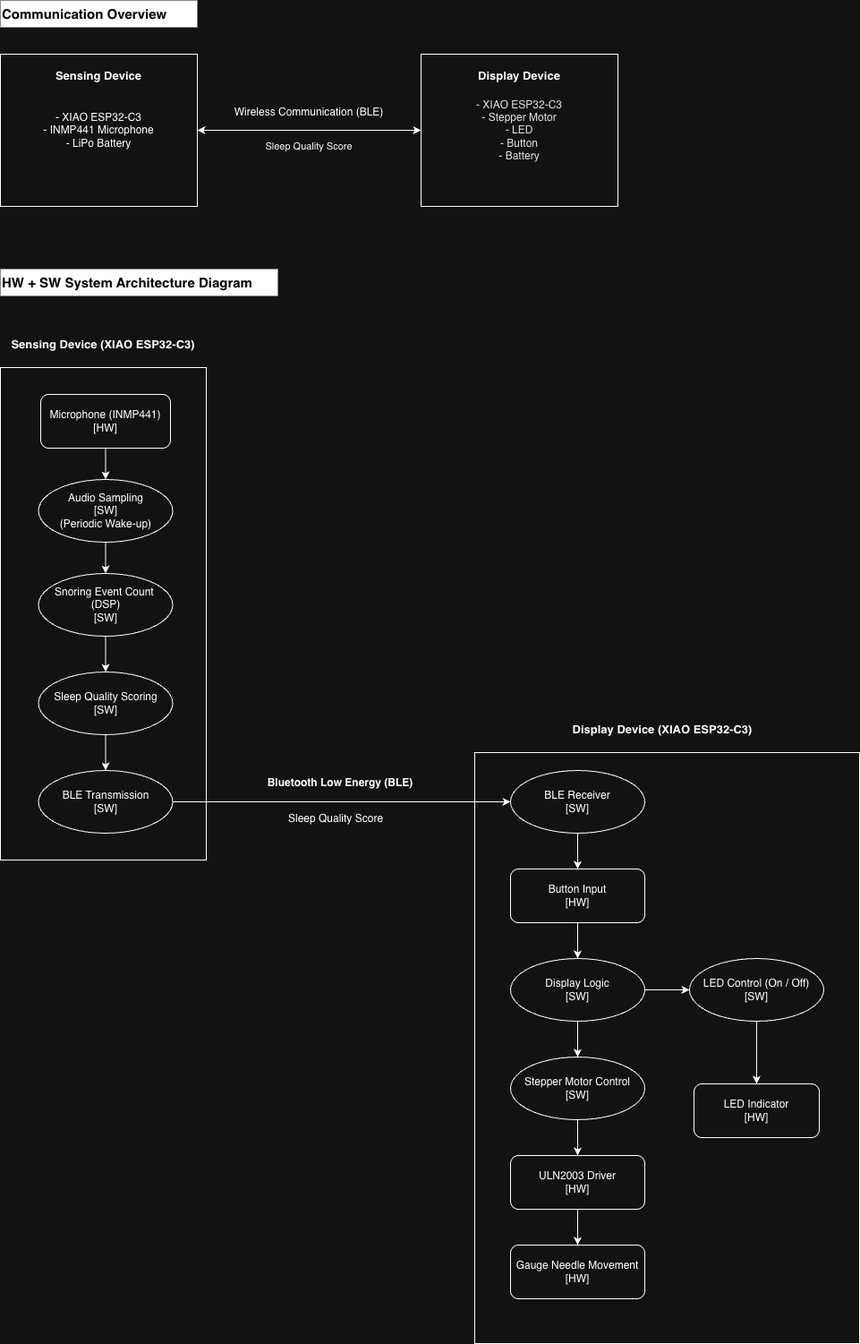
This is images/system_architecture.png from LukinaChen/TECHIN-514--Hardware-Software--Final-Project, a draw.io export, as it was before one commit. Source tidied: cells renumbered, new cells last; positions are measured from the earlier drawing's top-left corner, leaving out a move shared by most shapes.
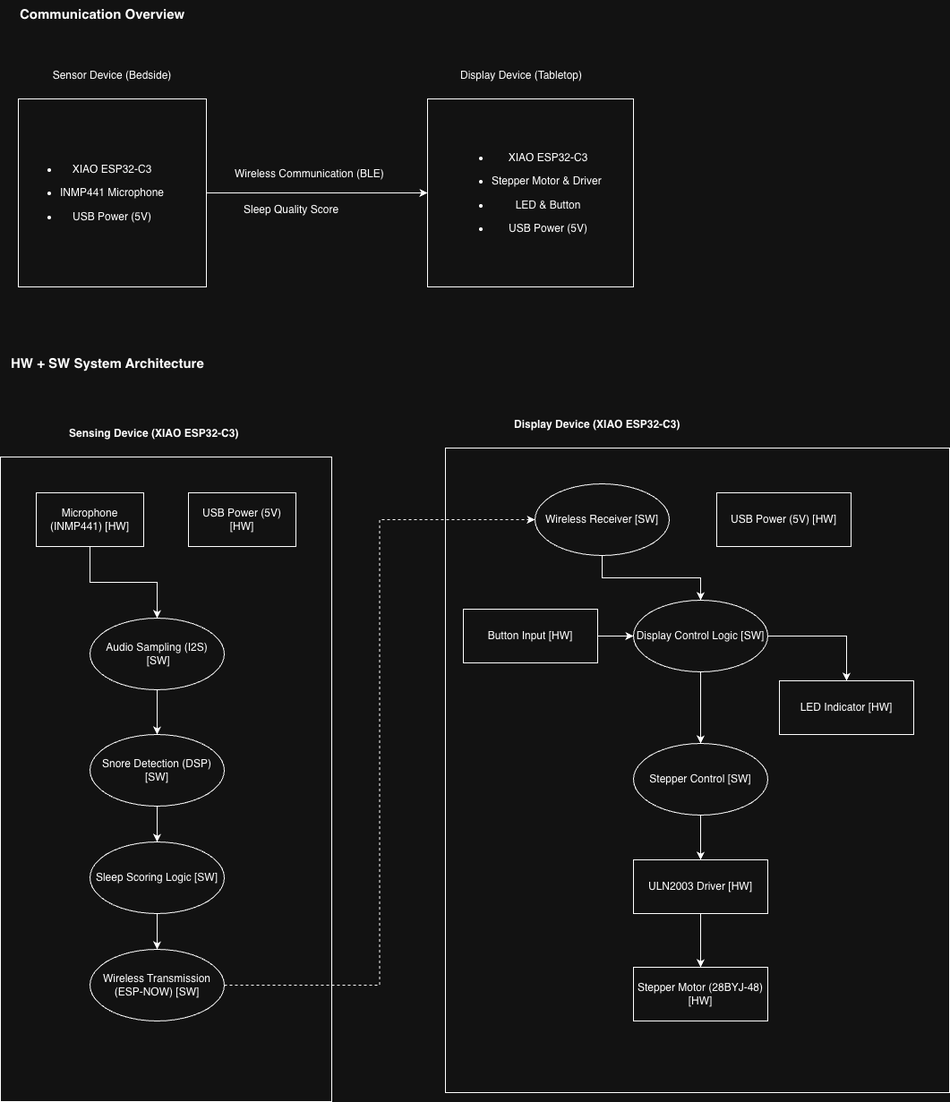
The same file after the commit.

Change to the diagram source:
```diff
@@ -2,125 +2,119 @@
   <root>
     <mxCell id="0" />
     <mxCell id="1" parent="0" />
-    <mxCell id="2" style="edgeStyle=orthogonalEdgeStyle;rounded=0;jettySize=auto;html=1;entryX=0;entryY=0.5;entryDx=0;entryDy=0;startArrow=classic;startFill=1;" parent="1" edge="1" source="3" target="5">
-      <mxGeometry relative="1" as="geometry" />
-    </mxCell>
-    <mxCell id="3" value="&lt;div&gt;- XIAO ESP32-C3&lt;/div&gt;&lt;div&gt;- INMP441 Microphone&lt;/div&gt;&lt;div&gt;- LiPo Battery&lt;/div&gt;" style="rounded=0;whiteSpace=wrap;html=1;" parent="1" vertex="1">
-      <mxGeometry y="60" width="220" height="170" as="geometry" />
-    </mxCell>
-    <mxCell id="4" value="Sensing Device" style="text;whiteSpace=wrap;align=center;fontStyle=1;fontSize=13;" parent="1" vertex="1">
-      <mxGeometry x="30" y="70" width="160" height="20" as="geometry" />
-    </mxCell>
-    <mxCell id="5" value="&lt;div&gt;&lt;font color=&quot;#121212&quot;&gt;- XIAO ESP32-C3&lt;/font&gt;&lt;/div&gt;&lt;div&gt;&lt;font color=&quot;#121212&quot;&gt;- Stepper Motor&lt;/font&gt;&lt;/div&gt;&lt;div&gt;&lt;font color=&quot;#121212&quot;&gt;- LED&lt;/font&gt;&lt;/div&gt;&lt;div&gt;&lt;font color=&quot;#121212&quot;&gt;- Button&lt;/font&gt;&lt;/div&gt;&lt;div&gt;&lt;font color=&quot;#121212&quot;&gt;- Battery&lt;/font&gt;&lt;/div&gt;" style="rounded=0;whiteSpace=wrap;html=1;" parent="1" vertex="1">
-      <mxGeometry x="470" y="60" width="220" height="170" as="geometry" />
-    </mxCell>
-    <mxCell id="6" value="Display Device" style="text;whiteSpace=wrap;align=center;fontStyle=1;fontSize=13;" parent="1" vertex="1">
-      <mxGeometry x="500" y="70" width="160" height="20" as="geometry" />
-    </mxCell>
+    <mxCell id="42" style="edgeStyle=orthogonalEdgeStyle;rounded=0;jettySize=auto;html=1;entryX=0;entryY=0.5;entryDx=0;entryDy=0;" parent="1" edge="1" source="43" target="46">
+      <mxGeometry relative="1" as="geometry" />
+    </mxCell>
+    <mxCell id="43" value="&lt;li&gt;&lt;p&gt;&lt;code&gt;&lt;font face=&quot;Helvetica&quot;&gt;XIAO ESP32-C3&lt;/font&gt;&lt;/code&gt;&lt;/p&gt;&lt;/li&gt;&lt;li&gt;&lt;p&gt;&lt;code&gt;&lt;font face=&quot;Helvetica&quot;&gt;INMP441 Microphone&lt;/font&gt;&lt;/code&gt;&lt;/p&gt;&lt;/li&gt;&lt;li&gt;&lt;p&gt;&lt;code&gt;&lt;font face=&quot;Helvetica&quot;&gt;USB Power (5V)&lt;/font&gt;&lt;/code&gt;&lt;/p&gt;&lt;/li&gt;" style="rounded=0;whiteSpace=wrap;html=1;" parent="1" vertex="1">
+      <mxGeometry x="60" y="100" width="210" height="210" as="geometry" />
+    </mxCell>
+    <mxCell id="44" value="Sensor Device (Bedside)" style="text;whiteSpace=wrap;html=1;align=center;" parent="1" vertex="1">
+      <mxGeometry x="80" y="60" width="170" height="40" as="geometry" />
+    </mxCell>
+    <mxCell id="45" value="Display Device (Tabletop)" style="text;whiteSpace=wrap;html=1;align=center;" parent="1" vertex="1">
+      <mxGeometry x="537" y="60" width="170" height="40" as="geometry" />
+    </mxCell>
+    <mxCell id="46" value="&lt;ul&gt;&lt;li&gt;&lt;p&gt;XIAO ESP32-C3&lt;/p&gt;&lt;/li&gt;&lt;li&gt;&lt;p&gt;&lt;span style=&quot;background-color: transparent; color: light-dark(rgb(0, 0, 0), rgb(255, 255, 255));&quot;&gt;Stepper Motor &amp;amp; Driver&amp;nbsp;&lt;/span&gt;&lt;/p&gt;&lt;/li&gt;&lt;li&gt;&lt;p&gt;&lt;span style=&quot;background-color: transparent; color: light-dark(rgb(0, 0, 0), rgb(255, 255, 255));&quot;&gt;LED &amp;amp; Button&lt;/span&gt;&lt;/p&gt;&lt;/li&gt;&lt;li&gt;&lt;p&gt;&lt;span style=&quot;background-color: transparent; color: light-dark(rgb(0, 0, 0), rgb(255, 255, 255));&quot;&gt;USB Power (5V)&lt;/span&gt;&lt;/p&gt;&lt;/li&gt;&lt;/ul&gt;" style="rounded=0;whiteSpace=wrap;html=1;align=center;" parent="1" vertex="1">
+      <mxGeometry x="517" y="100" width="230" height="210" as="geometry" />
+    </mxCell>
-    <mxCell id="7" value="Wireless Communication (BLE)" style="text;html=1;whiteSpace=wrap;strokeColor=none;fillColor=none;align=center;verticalAlign=middle;rounded=0;" parent="1" vertex="1">
-      <mxGeometry x="250" y="110" width="190" height="30" as="geometry" />
+    <mxCell id="7" value="Wireless Communication (BLE)" style="text;whiteSpace=wrap;html=1;" parent="1" vertex="1">
+      <mxGeometry x="300" y="170" width="180" height="40" as="geometry" />
     </mxCell>
-    <mxCell id="8" value="Sleep Quality Score" style="text;whiteSpace=wrap;fontSize=11;align=center;" parent="1" vertex="1">
-      <mxGeometry x="220" y="150" width="250" height="40" as="geometry" />
-    </mxCell>
+    <mxCell id="47" value="Sleep Quality Score" style="text;whiteSpace=wrap;html=1;" parent="1" vertex="1">
+      <mxGeometry x="310" y="210" width="180" height="40" as="geometry" />
+    </mxCell>
-    <mxCell id="9" value="&lt;font style=&quot;font-size: 15px; color: light-dark(rgb(0, 0, 0), rgb(0, 0, 0));&quot;&gt;Communication Overview&lt;/font&gt;" style="text;whiteSpace=wrap;html=1;fontStyle=1;fillColor=light-dark(#FFFFFF,#FFFFFF);" parent="1" vertex="1">
-      <mxGeometry width="220" height="30" as="geometry" />
+    <mxCell id="9" value="&lt;font style=&quot;font-size: 15px;&quot;&gt;Communication Overview&lt;/font&gt;" style="text;whiteSpace=wrap;html=1;fillColor=none;labelBackgroundColor=none;fontStyle=1;" parent="1" vertex="1">
+      <mxGeometry x="60" y="-10" width="210" height="40" as="geometry" />
     </mxCell>
-    <mxCell id="10" value="&lt;font style=&quot;font-size: 15px; color: light-dark(rgb(0, 0, 0), rgb(0, 0, 0));&quot;&gt;HW + SW System Architecture Diagram&lt;/font&gt;" style="text;whiteSpace=wrap;html=1;fontStyle=1;fillColor=light-dark(#FFFFFF,#FFFFFF);" parent="1" vertex="1">
-      <mxGeometry y="300" width="310" height="30" as="geometry" />
-    </mxCell>
-    <mxCell id="11" style="rounded=0;whiteSpace=wrap;html=1;" parent="1" vertex="1">
-      <mxGeometry y="410" width="230" height="550" as="geometry" />
-    </mxCell>
+    <mxCell id="48" value="&lt;font style=&quot;font-size: 15px;&quot;&gt;&lt;b style=&quot;&quot;&gt;HW + SW System Architecture&lt;/b&gt;&lt;/font&gt;" style="text;whiteSpace=wrap;html=1;fillColor=none;labelBackgroundColor=none;" parent="1" vertex="1">
+      <mxGeometry x="50" y="380" width="240" height="40" as="geometry" />
+    </mxCell>
+    <mxCell id="49" style="rounded=0;whiteSpace=wrap;html=1;" parent="1" vertex="1">
+      <mxGeometry x="40" y="500" width="370" height="720" as="geometry" />
+    </mxCell>
-    <mxCell id="12" value="Sensing Device (XIAO ESP32-C3)" style="text;whiteSpace=wrap;fontStyle=1;fontSize=13;align=center;" parent="1" vertex="1">
-      <mxGeometry x="5" y="370" width="220" height="40" as="geometry" />
+    <mxCell id="12" value="Sensing Device (XIAO ESP32-C3)" style="text;whiteSpace=wrap;html=1;fontStyle=1;" parent="1" vertex="1">
+      <mxGeometry x="115" y="460" width="220" height="40" as="geometry" />
     </mxCell>
-    <mxCell id="13" style="rounded=0;whiteSpace=wrap;html=1;" parent="1" vertex="1">
-      <mxGeometry x="530" y="840" width="430" height="660" as="geometry" />
-    </mxCell>
+    <mxCell id="50" style="edgeStyle=orthogonalEdgeStyle;rounded=0;jettySize=auto;html=1;" parent="1" edge="1" source="16" target="53">
+      <mxGeometry relative="1" as="geometry" />
+    </mxCell>
+    <mxCell id="16" value="Microphone (INMP441) [HW]" style="rounded=0;whiteSpace=wrap;html=1;" parent="1" vertex="1">
+      <mxGeometry x="80" y="540" width="120" height="60" as="geometry" />
+    </mxCell>
+    <mxCell id="51" value="USB Power (5V) [HW]" style="rounded=0;whiteSpace=wrap;html=1;" parent="1" vertex="1">
+      <mxGeometry x="250" y="540" width="120" height="60" as="geometry" />
+    </mxCell>
+    <mxCell id="52" style="edgeStyle=orthogonalEdgeStyle;rounded=0;jettySize=auto;html=1;entryX=0.5;entryY=0;entryDx=0;entryDy=0;" parent="1" edge="1" source="53" target="55">
+      <mxGeometry relative="1" as="geometry" />
+    </mxCell>
+    <mxCell id="53" value="Audio Sampling (I2S)&lt;div&gt;&amp;nbsp;[SW]&lt;/div&gt;" style="ellipse;whiteSpace=wrap;html=1;" parent="1" vertex="1">
+      <mxGeometry x="140" y="680" width="150" height="80" as="geometry" />
+    </mxCell>
+    <mxCell id="54" style="edgeStyle=orthogonalEdgeStyle;rounded=0;jettySize=auto;html=1;" parent="1" edge="1" source="55" target="57">
+      <mxGeometry relative="1" as="geometry" />
+    </mxCell>
+    <mxCell id="55" value="Snore Detection (DSP) [SW]" style="ellipse;whiteSpace=wrap;html=1;" parent="1" vertex="1">
+      <mxGeometry x="140" y="810" width="150" height="80" as="geometry" />
+    </mxCell>
+    <mxCell id="56" style="edgeStyle=orthogonalEdgeStyle;rounded=0;jettySize=auto;html=1;entryX=0.5;entryY=0;entryDx=0;entryDy=0;" parent="1" edge="1" source="57" target="58">
+      <mxGeometry relative="1" as="geometry" />
+    </mxCell>
+    <mxCell id="57" value="Sleep Scoring Logic [SW]" style="ellipse;whiteSpace=wrap;html=1;" parent="1" vertex="1">
+      <mxGeometry x="140" y="930" width="150" height="80" as="geometry" />
+    </mxCell>
+    <mxCell id="58" value="Wireless Transmission (ESP-NOW) [SW]" style="ellipse;whiteSpace=wrap;html=1;" parent="1" vertex="1">
+      <mxGeometry x="140" y="1050" width="150" height="80" as="geometry" />
+    </mxCell>
+    <mxCell id="59" style="rounded=0;whiteSpace=wrap;html=1;" parent="1" vertex="1">
+      <mxGeometry x="537" y="490" width="563" height="720" as="geometry" />
+    </mxCell>
-    <mxCell id="14" value="Display Device (XIAO ESP32-C3)" style="text;whiteSpace=wrap;fontStyle=1;fontSize=13;align=center;" parent="1" vertex="1">
-      <mxGeometry x="630" y="800" width="220" height="40" as="geometry" />
+    <mxCell id="14" value="Display Device&amp;nbsp;(XIAO ESP32-C3)" style="text;whiteSpace=wrap;html=1;fontStyle=1;" parent="1" vertex="1">
+      <mxGeometry x="612" y="450" width="220" height="40" as="geometry" />
     </mxCell>
-    <mxCell id="15" style="edgeStyle=orthogonalEdgeStyle;rounded=0;jettySize=auto;html=1;" parent="1" edge="1" source="16" target="18">
-      <mxGeometry relative="1" as="geometry" />
-    </mxCell>
-    <mxCell id="16" value="&lt;div&gt;&lt;br&gt;&lt;/div&gt;&lt;div&gt;Microphone (INMP441)&lt;/div&gt;&lt;div&gt;[HW]&lt;/div&gt;&lt;div&gt;&lt;br&gt;&lt;/div&gt;" style="rounded=1;whiteSpace=wrap;html=1;" parent="1" vertex="1">
-      <mxGeometry x="45" y="440" width="145" height="60" as="geometry" />
-    </mxCell>
-    <mxCell id="17" style="edgeStyle=orthogonalEdgeStyle;rounded=0;jettySize=auto;html=1;" parent="1" edge="1" source="18" target="20">
-      <mxGeometry relative="1" as="geometry" />
-    </mxCell>
-    <mxCell id="18" value="&lt;div&gt;&lt;span style=&quot;background-color: transparent; color: light-dark(rgb(0, 0, 0), rgb(255, 255, 255));&quot;&gt;Audio Sampling&lt;/span&gt;&lt;/div&gt;&lt;div&gt;[SW]&lt;/div&gt;&lt;div&gt;(Periodic Wake-up)&lt;/div&gt;" style="ellipse;whiteSpace=wrap;html=1;rounded=1;" parent="1" vertex="1">
-      <mxGeometry x="42.5" y="535" width="150" height="70" as="geometry" />
-    </mxCell>
-    <mxCell id="19" style="edgeStyle=orthogonalEdgeStyle;rounded=0;jettySize=auto;html=1;" parent="1" edge="1" source="20" target="22">
-      <mxGeometry relative="1" as="geometry" />
-    </mxCell>
-    <mxCell id="20" value="&lt;div&gt;&lt;div&gt;&lt;div&gt;&lt;br class=&quot;Apple-interchange-newline&quot;&gt;Snoring Event Count&amp;nbsp;&lt;/div&gt;&lt;div&gt;(DSP)&lt;/div&gt;&lt;div&gt;[SW]&lt;/div&gt;&lt;/div&gt;&lt;div&gt;&lt;br&gt;&lt;/div&gt;&lt;/div&gt;" style="ellipse;whiteSpace=wrap;html=1;rounded=1;" parent="1" vertex="1">
-      <mxGeometry x="42.5" y="640" width="150" height="70" as="geometry" />
-    </mxCell>
-    <mxCell id="21" style="edgeStyle=orthogonalEdgeStyle;rounded=0;jettySize=auto;html=1;" parent="1" edge="1" source="22" target="24">
-      <mxGeometry relative="1" as="geometry" />
-    </mxCell>
-    <mxCell id="22" value="&lt;div&gt;&lt;div&gt;&lt;div&gt;&lt;div&gt;&lt;br&gt;&lt;/div&gt;&lt;div&gt;Sleep Quality Scoring&lt;/div&gt;&lt;div&gt;[SW]&lt;/div&gt;&lt;/div&gt;&lt;/div&gt;&lt;/div&gt;&lt;div&gt;&lt;br&gt;&lt;/div&gt;" style="ellipse;whiteSpace=wrap;html=1;rounded=1;" parent="1" vertex="1">
-      <mxGeometry x="42.5" y="750" width="150" height="70" as="geometry" />
-    </mxCell>
-    <mxCell id="23" style="edgeStyle=orthogonalEdgeStyle;rounded=0;jettySize=auto;html=1;entryX=0;entryY=0.5;entryDx=0;entryDy=0;" parent="1" edge="1" source="24" target="27">
-      <mxGeometry relative="1" as="geometry" />
-    </mxCell>
-    <mxCell id="24" value="&lt;div&gt;&lt;div&gt;&lt;div&gt;&lt;div&gt;&lt;div&gt;BLE Transmission&lt;/div&gt;&lt;div&gt;[SW]&lt;/div&gt;&lt;/div&gt;&lt;/div&gt;&lt;/div&gt;&lt;/div&gt;" style="ellipse;whiteSpace=wrap;html=1;rounded=1;" parent="1" vertex="1">
-      <mxGeometry x="42.5" y="860" width="150" height="70" as="geometry" />
-    </mxCell>
-    <mxCell id="25" value="Bluetooth Low Energy (BLE)" style="text;whiteSpace=wrap;align=center;fontStyle=1;" parent="1" vertex="1">
-      <mxGeometry x="290" y="860" width="180" height="40" as="geometry" />
-    </mxCell>
-    <mxCell id="26" style="edgeStyle=orthogonalEdgeStyle;rounded=0;jettySize=auto;html=1;entryX=0.5;entryY=0;entryDx=0;entryDy=0;" parent="1" edge="1" source="27" target="39">
-      <mxGeometry relative="1" as="geometry" />
-    </mxCell>
-    <mxCell id="27" value="&lt;div&gt;&lt;div&gt;BLE Receiver&lt;/div&gt;&lt;div&gt;[SW]&lt;/div&gt;&lt;/div&gt;" style="ellipse;whiteSpace=wrap;html=1;rounded=1;" parent="1" vertex="1">
-      <mxGeometry x="570" y="860" width="150" height="70" as="geometry" />
-    </mxCell>
-    <mxCell id="28" style="edgeStyle=orthogonalEdgeStyle;rounded=0;jettySize=auto;html=1;" parent="1" edge="1" source="30" target="32">
-      <mxGeometry relative="1" as="geometry" />
-    </mxCell>
-    <mxCell id="29" style="edgeStyle=orthogonalEdgeStyle;rounded=0;jettySize=auto;html=1;" parent="1" edge="1" source="30" target="35">
-      <mxGeometry relative="1" as="geometry" />
-    </mxCell>
-    <mxCell id="30" value="&lt;div&gt;Display Logic&lt;/div&gt;&lt;div&gt;[SW]&lt;/div&gt;" style="ellipse;whiteSpace=wrap;html=1;rounded=1;" parent="1" vertex="1">
-      <mxGeometry x="570" y="1070" width="150" height="70" as="geometry" />
-    </mxCell>
-    <mxCell id="31" style="edgeStyle=orthogonalEdgeStyle;rounded=0;jettySize=auto;html=1;entryX=0.5;entryY=0;entryDx=0;entryDy=0;" parent="1" edge="1" source="32" target="41">
-      <mxGeometry relative="1" as="geometry" />
-    </mxCell>
-    <mxCell id="32" value="&lt;div&gt;Stepper Motor Control&lt;/div&gt;&lt;div&gt;[SW]&lt;/div&gt;" style="ellipse;whiteSpace=wrap;html=1;rounded=1;" parent="1" vertex="1">
-      <mxGeometry x="570" y="1180" width="150" height="70" as="geometry" />
-    </mxCell>
-    <mxCell id="33" value="&lt;div&gt;Gauge Needle Movement&lt;/div&gt;&lt;div&gt;[HW]&lt;/div&gt;" style="whiteSpace=wrap;html=1;rounded=1;" parent="1" vertex="1">
-      <mxGeometry x="570" y="1390" width="150" height="60" as="geometry" />
-    </mxCell>
-    <mxCell id="34" style="edgeStyle=orthogonalEdgeStyle;rounded=0;jettySize=auto;html=1;" parent="1" edge="1" source="35" target="36">
-      <mxGeometry relative="1" as="geometry" />
-    </mxCell>
-    <mxCell id="35" value="&lt;div&gt;LED Control (On / Off)&lt;/div&gt;&lt;div&gt;[SW]&lt;/div&gt;" style="ellipse;whiteSpace=wrap;html=1;rounded=1;" parent="1" vertex="1">
-      <mxGeometry x="770" y="1070" width="150" height="70" as="geometry" />
-    </mxCell>
+    <mxCell id="60" style="edgeStyle=orthogonalEdgeStyle;rounded=0;jettySize=auto;html=1;entryX=0.5;entryY=0;entryDx=0;entryDy=0;" parent="1" edge="1" source="62" target="64">
+      <mxGeometry relative="1" as="geometry" />
+    </mxCell>
+    <mxCell id="61" style="edgeStyle=orthogonalEdgeStyle;rounded=0;jettySize=auto;html=1;entryX=0.5;entryY=0;entryDx=0;entryDy=0;" parent="1" edge="1" source="62" target="36">
+      <mxGeometry relative="1" as="geometry" />
+    </mxCell>
+    <mxCell id="62" value="Display Control Logic [SW]" style="ellipse;whiteSpace=wrap;html=1;" parent="1" vertex="1">
+      <mxGeometry x="747" y="660" width="150" height="80" as="geometry" />
+    </mxCell>
+    <mxCell id="63" style="edgeStyle=orthogonalEdgeStyle;rounded=0;jettySize=auto;html=1;entryX=0.5;entryY=0;entryDx=0;entryDy=0;" parent="1" edge="1" source="64" target="41">
+      <mxGeometry relative="1" as="geometry" />
+    </mxCell>
+    <mxCell id="64" value="Stepper Control [SW]" style="ellipse;whiteSpace=wrap;html=1;" parent="1" vertex="1">
+      <mxGeometry x="747" y="820" width="150" height="80" as="geometry" />
+    </mxCell>
+    <mxCell id="65" style="edgeStyle=orthogonalEdgeStyle;rounded=0;jettySize=auto;html=1;entryX=0.5;entryY=0;entryDx=0;entryDy=0;" parent="1" edge="1" source="66" target="62">
+      <mxGeometry relative="1" as="geometry" />
+    </mxCell>
+    <mxCell id="66" value="Wireless Receiver [SW]" style="ellipse;whiteSpace=wrap;html=1;" parent="1" vertex="1">
+      <mxGeometry x="637" y="530" width="150" height="80" as="geometry" />
+    </mxCell>
+    <mxCell id="67" style="edgeStyle=orthogonalEdgeStyle;rounded=0;jettySize=auto;html=1;entryX=0;entryY=0.5;entryDx=0;entryDy=0;dashed=1;" parent="1" edge="1" source="58" target="66">
+      <mxGeometry relative="1" as="geometry" />
+    </mxCell>
+    <mxCell id="68" style="edgeStyle=orthogonalEdgeStyle;rounded=0;jettySize=auto;html=1;entryX=0.5;entryY=0;entryDx=0;entryDy=0;" parent="1" edge="1" source="41" target="69">
+      <mxGeometry relative="1" as="geometry" />
+    </mxCell>
+    <mxCell id="41" value="&lt;span&gt;ULN2003 Driver [HW]&lt;/span&gt;" style="rounded=0;whiteSpace=wrap;html=1;" parent="1" vertex="1">
+      <mxGeometry x="747" y="950" width="150" height="60" as="geometry" />
+    </mxCell>
+    <mxCell id="69" value="Stepper Motor (28BYJ-48) [HW]" style="rounded=0;whiteSpace=wrap;html=1;" parent="1" vertex="1">
+      <mxGeometry x="747" y="1070" width="150" height="60" as="geometry" />
+    </mxCell>
-    <mxCell id="36" value="&lt;div&gt;LED Indicator&lt;/div&gt;&lt;div&gt;[HW]&lt;/div&gt;" style="whiteSpace=wrap;html=1;rounded=1;" parent="1" vertex="1">
-      <mxGeometry x="775" y="1210" width="140" height="60" as="geometry" />
+    <mxCell id="36" value="LED Indicator [HW]" style="rounded=0;whiteSpace=wrap;html=1;" parent="1" vertex="1">
+      <mxGeometry x="910" y="750" width="150" height="60" as="geometry" />
     </mxCell>
-    <mxCell id="37" value="Sleep Quality Score" style="text;whiteSpace=wrap;" parent="1" vertex="1">
-      <mxGeometry x="320" y="900" width="140" height="40" as="geometry" />
-    </mxCell>
-    <mxCell id="38" style="edgeStyle=orthogonalEdgeStyle;rounded=0;jettySize=auto;html=1;entryX=0.5;entryY=0;entryDx=0;entryDy=0;" parent="1" edge="1" source="39" target="30">
-      <mxGeometry relative="1" as="geometry" />
-    </mxCell>
+    <mxCell id="70" value="&lt;span style=&quot;text-align: left;&quot;&gt;USB Power (5V) [HW]&lt;/span&gt;" style="rounded=0;whiteSpace=wrap;html=1;" parent="1" vertex="1">
+      <mxGeometry x="840" y="540" width="150" height="60" as="geometry" />
+    </mxCell>
+    <mxCell id="71" style="edgeStyle=orthogonalEdgeStyle;rounded=0;jettySize=auto;html=1;entryX=0;entryY=0.5;entryDx=0;entryDy=0;" parent="1" edge="1" source="39" target="62">
+      <mxGeometry relative="1" as="geometry" />
+    </mxCell>
-    <mxCell id="39" value="&lt;div&gt;Button Input&lt;/div&gt;&lt;div&gt;[HW]&lt;/div&gt;" style="whiteSpace=wrap;html=1;rounded=1;" parent="1" vertex="1">
-      <mxGeometry x="570" y="970" width="150" height="60" as="geometry" />
+    <mxCell id="39" value="Button Input [HW]" style="rounded=0;whiteSpace=wrap;html=1;" parent="1" vertex="1">
+      <mxGeometry x="557" y="670" width="150" height="60" as="geometry" />
     </mxCell>
-    <mxCell id="40" style="edgeStyle=orthogonalEdgeStyle;rounded=0;jettySize=auto;html=1;" parent="1" edge="1" source="41" target="33">
-      <mxGeometry relative="1" as="geometry" />
-    </mxCell>
-    <mxCell id="41" value="&lt;div&gt;&lt;span style=&quot;background-color: transparent; color: light-dark(rgb(0, 0, 0), rgb(255, 255, 255));&quot;&gt;ULN2003 Driver&lt;/span&gt;&lt;/div&gt;&lt;div&gt;[HW]&lt;/div&gt;" style="whiteSpace=wrap;html=1;rounded=1;" parent="1" vertex="1">
-      <mxGeometry x="570" y="1290" width="150" height="60" as="geometry" />
-    </mxCell>
   </root>
 </mxGraphModel>
```
